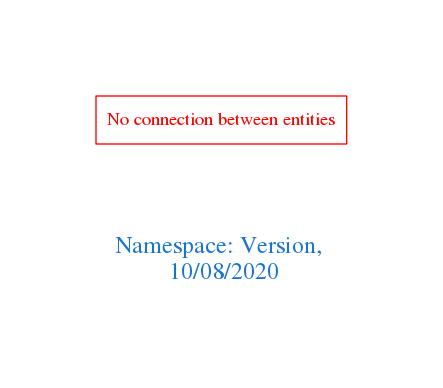
The Graphviz diagram downloads/Version.png in arago/OGIT, before a commit. Its source is kept beside it as downloads/Version.dot.
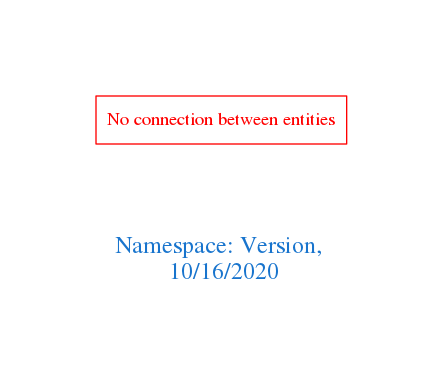
After the change.

Change to the diagram source:
```diff
@@ -1,7 +1,7 @@
 digraph OGIT_ontology {
  graph [ rankdir= LR,pad=1
 fontsize = 18,
-fontcolor= dodgerblue3,label = "\n\n\nNamespace: Version, \n 10/08/2020"];
+fontcolor= dodgerblue3,label = "\n\n\nNamespace: Version, \n 10/16/2020"];
 node[shape=polygon];
 edge [  color="gray81"];
 
```
